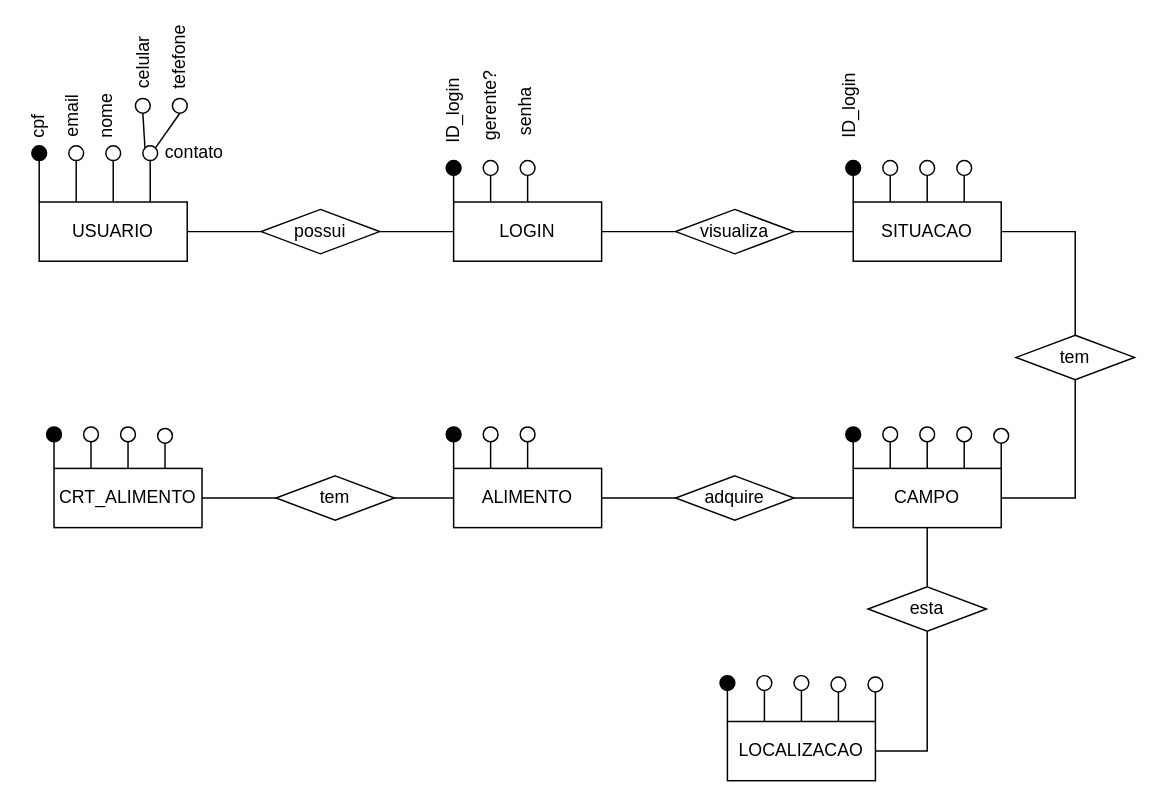
Thiago163/api_sistema_trienal keeps this draw.io diagram as Diagrama sem nome.drawio. Above is the earlier version. Source tidied: cells renumbered, new cells numbered last; positions are measured from the earlier drawing's top-left corner, leaving out a move shared by most shapes. Both pictures are drawn from the tidied source at 148%, with x=0, y=0 at pixel (16, 44).
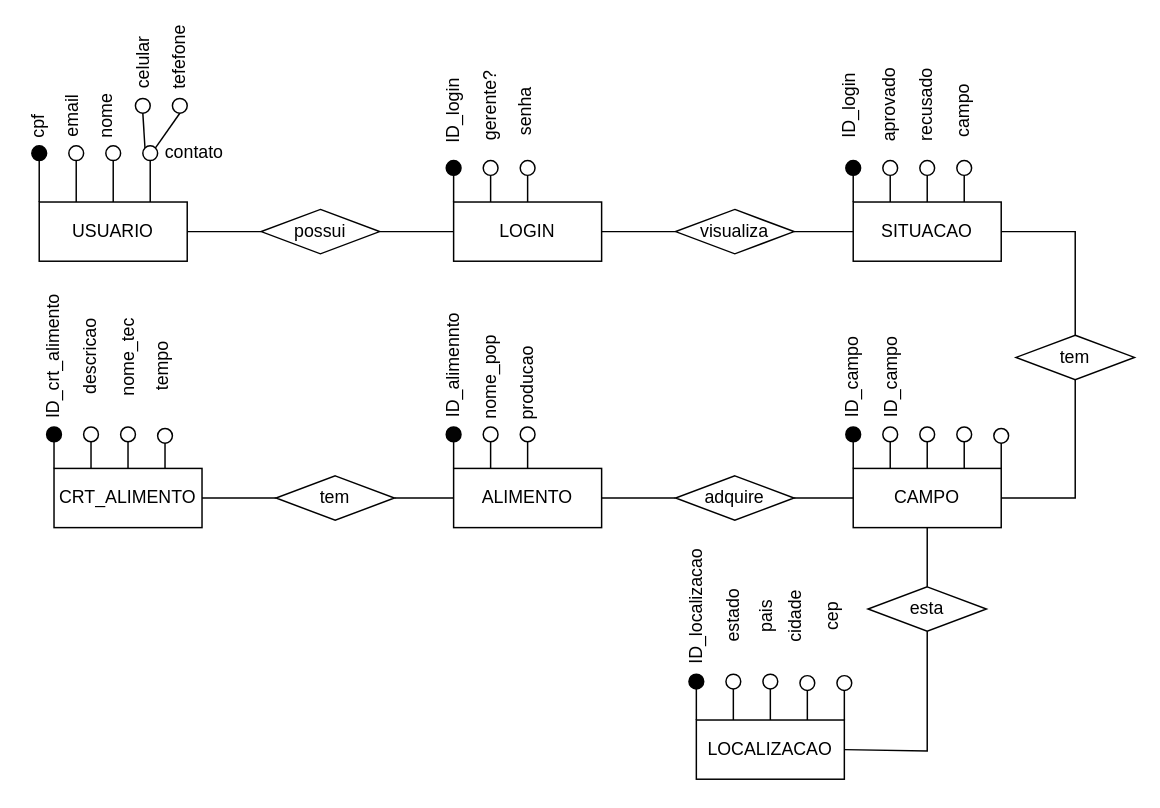
Above is the later version.

What changed in the source:
```diff
@@
     <mxCell id="8" value="LOCALIZACAO" style="rounded=0;whiteSpace=wrap;html=1;" parent="1" vertex="1">
-      <mxGeometry x="480" y="457" width="100" height="40" as="geometry" />
+      <mxGeometry x="459" y="456" width="100" height="40" as="geometry" />
     </mxCell>
@@
     <mxCell id="51" style="ellipse;whiteSpace=wrap;html=1;fillColor=#000000;" parent="1" vertex="1">
-      <mxGeometry x="475" y="426" width="10" height="10" as="geometry" />
+      <mxGeometry x="454" y="425" width="10" height="10" as="geometry" />
     </mxCell>
@@
     <mxCell id="53" style="ellipse;whiteSpace=wrap;html=1;" parent="1" vertex="1">
-      <mxGeometry x="500" y="426" width="10" height="10" as="geometry" />
+      <mxGeometry x="479" y="425" width="10" height="10" as="geometry" />
     </mxCell>
@@
     <mxCell id="55" style="ellipse;whiteSpace=wrap;html=1;" parent="1" vertex="1">
-      <mxGeometry x="525" y="426" width="10" height="10" as="geometry" />
+      <mxGeometry x="504" y="425" width="10" height="10" as="geometry" />
     </mxCell>
@@
     <mxCell id="57" style="ellipse;whiteSpace=wrap;html=1;" parent="1" vertex="1">
-      <mxGeometry x="550" y="427" width="10" height="10" as="geometry" />
+      <mxGeometry x="529" y="426" width="10" height="10" as="geometry" />
     </mxCell>
@@
     <mxCell id="59" style="ellipse;whiteSpace=wrap;html=1;" parent="1" vertex="1">
-      <mxGeometry x="575" y="427" width="10" height="10" as="geometry" />
+      <mxGeometry x="554" y="426" width="10" height="10" as="geometry" />
     </mxCell>
@@
+    <mxCell id="97" value="aprovado" style="text;html=1;align=center;verticalAlign=middle;whiteSpace=wrap;rounded=0;rotation=-90;" parent="1" vertex="1">
+      <mxGeometry x="567.5" y="32" width="45" height="18" as="geometry" />
+    </mxCell>
+    <mxCell id="98" value="recusado" style="text;html=1;align=center;verticalAlign=middle;whiteSpace=wrap;rounded=0;rotation=-90;" parent="1" vertex="1">
+      <mxGeometry x="592.5" y="32" width="45" height="18" as="geometry" />
+    </mxCell>
+    <mxCell id="99" value="campo" style="text;html=1;align=center;verticalAlign=middle;whiteSpace=wrap;rounded=0;rotation=-90;" parent="1" vertex="1">
+      <mxGeometry x="617.5" y="36" width="45" height="18" as="geometry" />
+    </mxCell>
+    <mxCell id="100" value="ID_campo" style="text;html=1;align=center;verticalAlign=middle;whiteSpace=wrap;rounded=0;rotation=-90;" parent="1" vertex="1">
+      <mxGeometry x="542.5" y="216" width="45" height="18" as="geometry" />
+    </mxCell>
+    <mxCell id="101" value="ID_alimennto" style="text;html=1;align=center;verticalAlign=middle;whiteSpace=wrap;rounded=0;rotation=-90;" parent="1" vertex="1">
+      <mxGeometry x="272.5" y="208" width="45" height="18" as="geometry" />
+    </mxCell>
+    <mxCell id="102" value="ID_crt_alimento" style="text;html=1;align=center;verticalAlign=middle;whiteSpace=wrap;rounded=0;rotation=-90;" parent="1" vertex="1">
+      <mxGeometry x="2.5" y="202" width="45" height="18" as="geometry" />
+    </mxCell>
+    <mxCell id="103" value="ID_localizacao" style="text;html=1;align=center;verticalAlign=middle;whiteSpace=wrap;rounded=0;rotation=-90;" parent="1" vertex="1">
+      <mxGeometry x="436.5" y="371" width="45" height="18" as="geometry" />
+    </mxCell>
+    <mxCell id="104" value="descricao" style="text;html=1;align=center;verticalAlign=middle;whiteSpace=wrap;rounded=0;rotation=-90;" parent="1" vertex="1">
+      <mxGeometry x="27.5" y="202" width="45" height="18" as="geometry" />
+    </mxCell>
+    <mxCell id="105" value="nome_tec" style="text;html=1;align=center;verticalAlign=middle;whiteSpace=wrap;rounded=0;rotation=-90;" parent="1" vertex="1">
+      <mxGeometry x="53" y="202" width="45" height="18" as="geometry" />
+    </mxCell>
+    <mxCell id="106" value="tempo" style="text;html=1;align=center;verticalAlign=middle;whiteSpace=wrap;rounded=0;rotation=-90;" parent="1" vertex="1">
+      <mxGeometry x="76" y="208" width="45" height="18" as="geometry" />
+    </mxCell>
+    <mxCell id="107" value="nome_pop" style="text;html=1;align=center;verticalAlign=middle;whiteSpace=wrap;rounded=0;rotation=-90;" parent="1" vertex="1">
+      <mxGeometry x="297.5" y="216" width="45" height="18" as="geometry" />
+    </mxCell>
+    <mxCell id="108" value="producao" style="text;html=1;align=center;verticalAlign=middle;whiteSpace=wrap;rounded=0;rotation=-90;" parent="1" vertex="1">
+      <mxGeometry x="322.5" y="220" width="45" height="18" as="geometry" />
+    </mxCell>
+    <mxCell id="109" value="ID_campo" style="text;html=1;align=center;verticalAlign=middle;whiteSpace=wrap;rounded=0;rotation=-90;" parent="1" vertex="1">
+      <mxGeometry x="568.5" y="215" width="45" height="20" as="geometry" />
+    </mxCell>
+    <mxCell id="110" value="estado" style="text;html=1;align=center;verticalAlign=middle;whiteSpace=wrap;rounded=0;rotation=-90;" parent="1" vertex="1">
+      <mxGeometry x="461.5" y="377" width="45" height="18" as="geometry" />
+    </mxCell>
+    <mxCell id="111" value="pais" style="text;html=1;align=center;verticalAlign=middle;whiteSpace=wrap;rounded=0;rotation=-90;" parent="1" vertex="1">
+      <mxGeometry x="484" y="377" width="45" height="18" as="geometry" />
+    </mxCell>
+    <mxCell id="112" value="cidade" style="text;html=1;align=center;verticalAlign=middle;whiteSpace=wrap;rounded=0;rotation=-90;" parent="1" vertex="1">
+      <mxGeometry x="504" y="377" width="45" height="18" as="geometry" />
+    </mxCell>
+    <mxCell id="113" value="cep" style="text;html=1;align=center;verticalAlign=middle;whiteSpace=wrap;rounded=0;rotation=-90;" parent="1" vertex="1">
+      <mxGeometry x="529" y="377" width="45" height="18" as="geometry" />
+    </mxCell>
```
